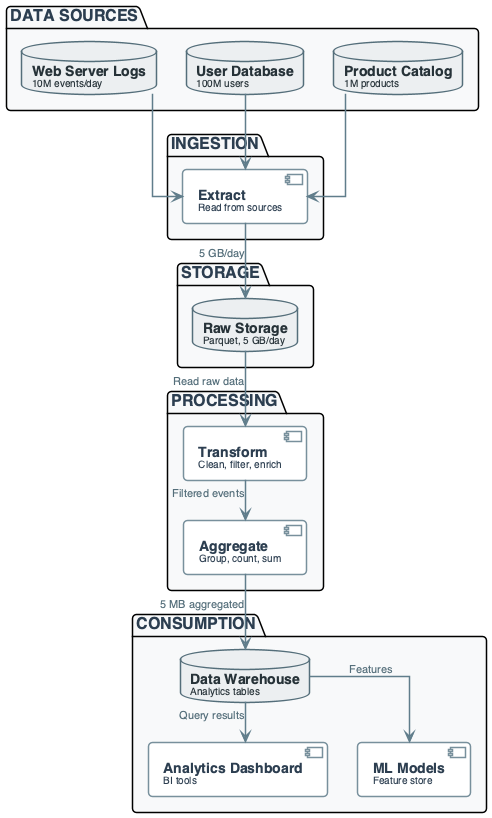
The PlantUML diagram diagrams/week01/week1_lecture_slide12_lifecycle.png in OrPerets/data-engineering-course, before a commit.
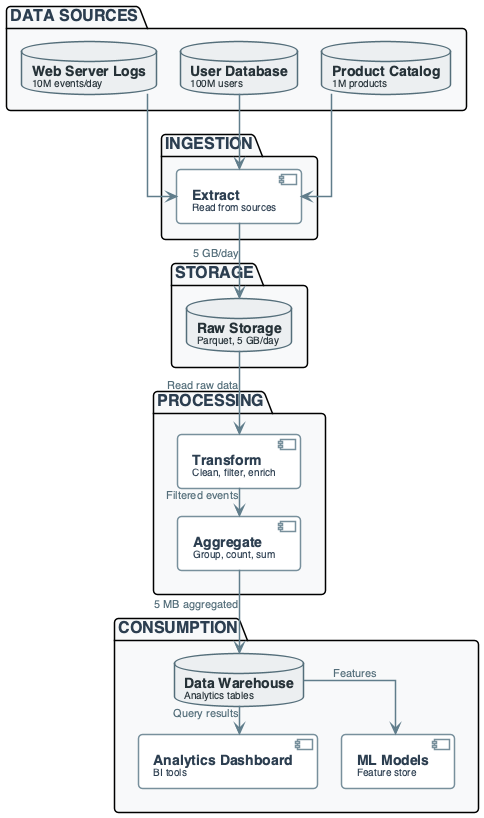
After the change.

What changed in the source:
```diff
@@ -5,8 +5,8 @@
 skinparam shadowing false
 skinparam roundcorner 8
 skinparam handwritten false
-skinparam nodesep 30
-skinparam ranksep 40
+skinparam nodesep 24
+skinparam ranksep 28
 
 skinparam defaultFontName "Segoe UI, Helvetica, sans-serif"
 skinparam defaultFontSize 16
@@ -133,14 +133,18 @@
 }
 
 package "PROCESSING" #F8F9FA {
-    component "**Transform**\n<size:10>Clean, filter, enrich</size>" as TRANSFORM
-    component "**Aggregate**\n<size:10>Group, count, sum</size>" as AGGREGATE
+    together {
+        component "**Transform**\n<size:10>Clean, filter, enrich</size>" as TRANSFORM
+        component "**Aggregate**\n<size:10>Group, count, sum</size>" as AGGREGATE
+    }
 }
 
 package "CONSUMPTION" #F8F9FA {
     database "**Data Warehouse**\n<size:10>Analytics tables</size>" as WAREHOUSE
-    component "**Analytics Dashboard**\n<size:10>BI tools</size>" as DASHBOARD
-    component "**ML Models**\n<size:10>Feature store</size>" as ML
+    together {
+        component "**Analytics Dashboard**\n<size:10>BI tools</size>" as DASHBOARD
+        component "**ML Models**\n<size:10>Feature store</size>" as ML
+    }
 }
 
 
```
